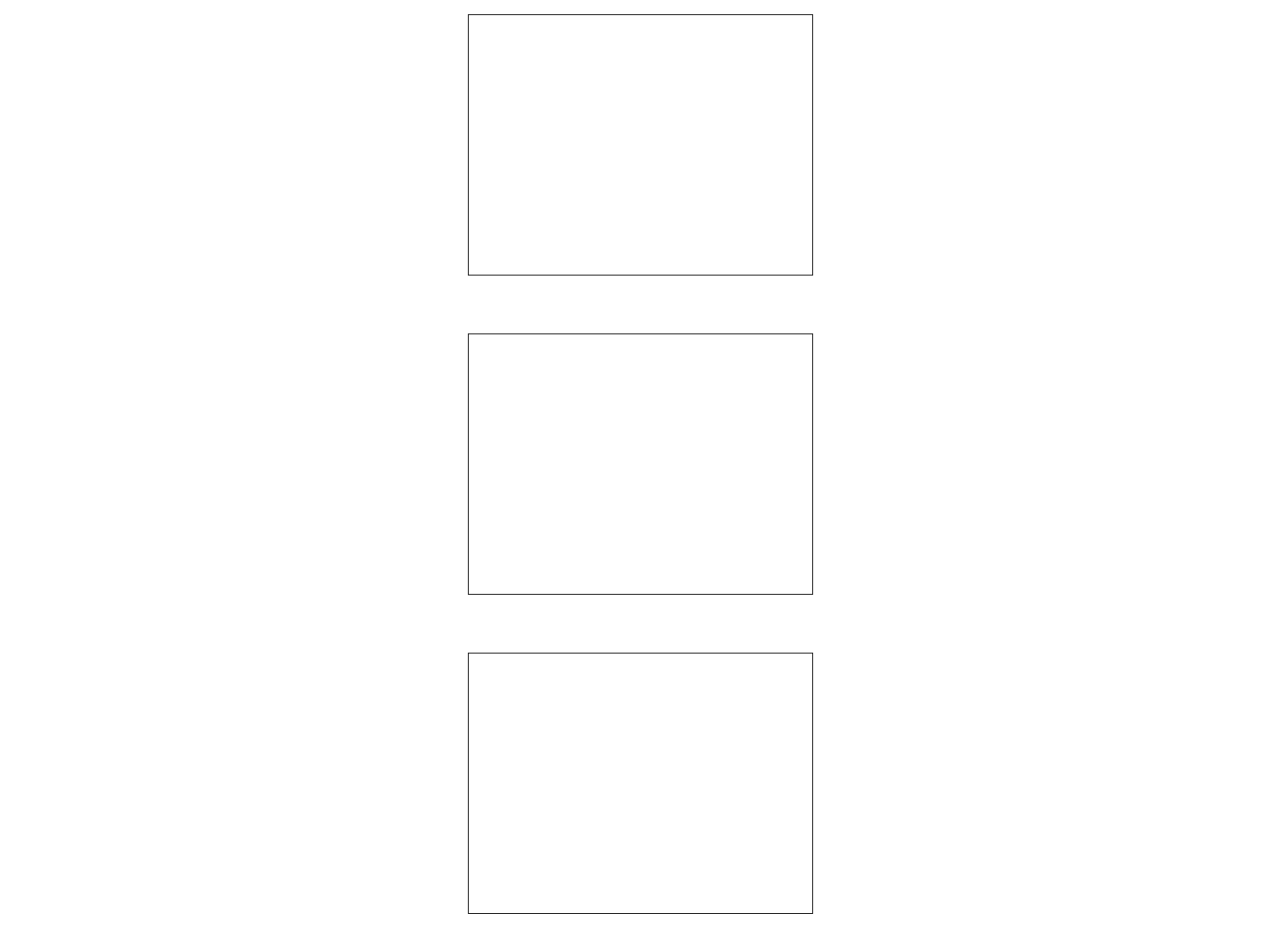
The draw.io diagram bos状态机-20201203.drawio in yindongjun/drawio-3, before the edit. Source tidied: cells renumbered, new cells numbered last; positions are measured from the earlier drawing's top-left corner, leaving out a move shared by most shapes. Both pictures are drawn from the tidied source at 84%, with x=0, y=0 at pixel (468, 14).
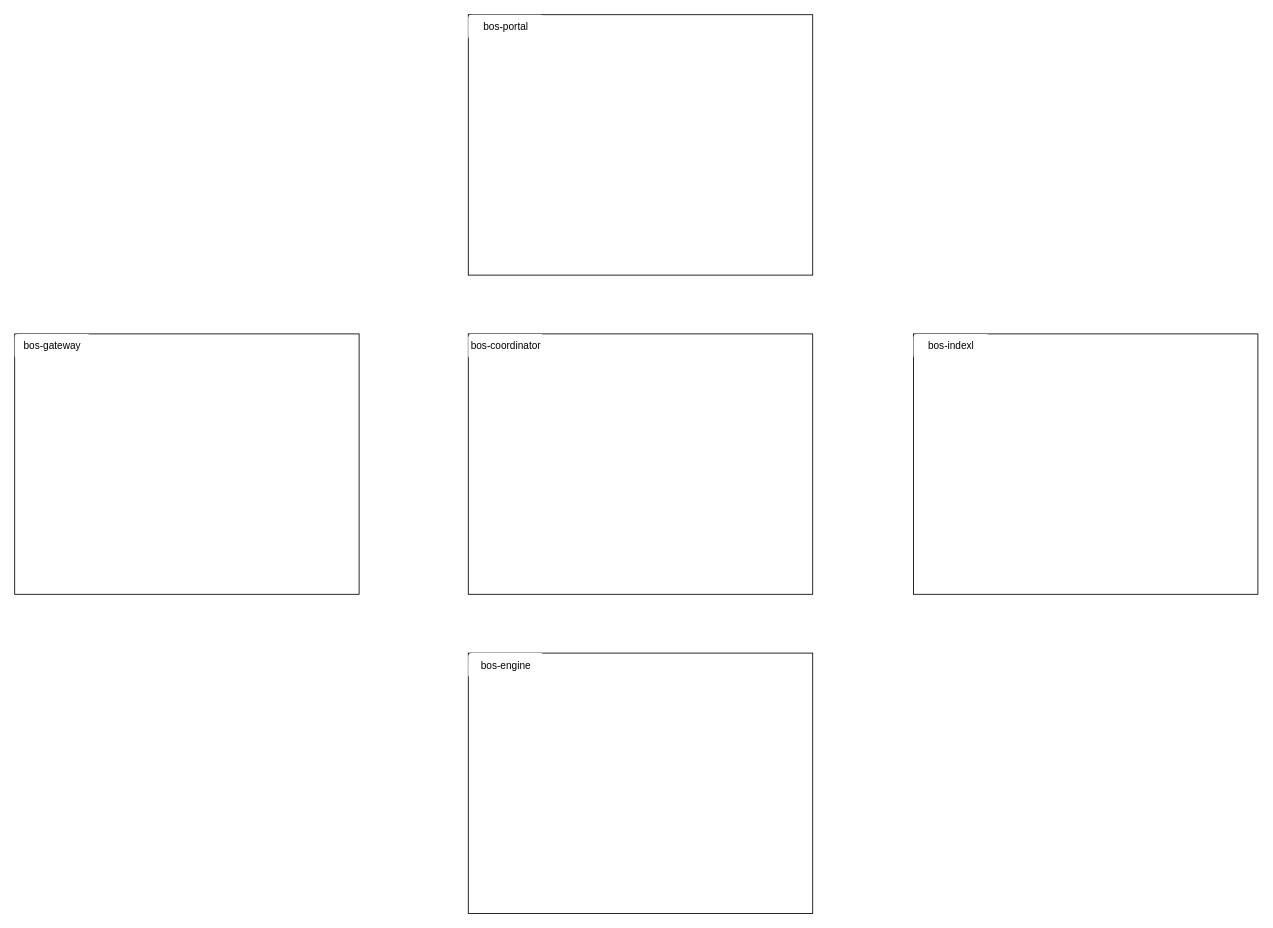
Above is the later version.

Change to the diagram source:
```diff
@@
 <mxGraphModel>
   <root>
     <mxCell id="0" />
     <mxCell id="1" parent="0" />
     <mxCell id="2" style="rounded=0;whiteSpace=wrap;html=1;" parent="1" vertex="1">
       <mxGeometry width="410" height="310" as="geometry" />
     </mxCell>
     <mxCell id="3" style="rounded=0;whiteSpace=wrap;html=1;" parent="1" vertex="1">
       <mxGeometry y="380" width="410" height="310" as="geometry" />
     </mxCell>
     <mxCell id="4" style="rounded=0;whiteSpace=wrap;html=1;" parent="1" vertex="1">
       <mxGeometry y="760" width="410" height="310" as="geometry" />
     </mxCell>
+    <mxCell id="5" style="rounded=0;whiteSpace=wrap;html=1;" parent="1" vertex="1">
+      <mxGeometry x="-540" y="380" width="410" height="310" as="geometry" />
+    </mxCell>
+    <mxCell id="6" style="rounded=0;whiteSpace=wrap;html=1;" parent="1" vertex="1">
+      <mxGeometry x="530" y="380" width="410" height="310" as="geometry" />
+    </mxCell>
+    <mxCell id="7" value="bos-portal" style="rounded=1;whiteSpace=wrap;html=1;strokeColor=none;" parent="1" vertex="1">
+      <mxGeometry width="90" height="30" as="geometry" />
+    </mxCell>
+    <mxCell id="8" value="bos-coordinator" style="rounded=1;whiteSpace=wrap;html=1;strokeColor=none;" parent="1" vertex="1">
+      <mxGeometry y="380" width="90" height="30" as="geometry" />
+    </mxCell>
+    <mxCell id="9" value="bos-engine" style="rounded=1;whiteSpace=wrap;html=1;strokeColor=none;" parent="1" vertex="1">
+      <mxGeometry y="760" width="90" height="30" as="geometry" />
+    </mxCell>
+    <mxCell id="10" value="bos-gateway" style="rounded=1;whiteSpace=wrap;html=1;strokeColor=none;" parent="1" vertex="1">
+      <mxGeometry x="-540" y="380" width="90" height="30" as="geometry" />
+    </mxCell>
+    <mxCell id="11" value="bos-indexl" style="rounded=1;whiteSpace=wrap;html=1;strokeColor=none;" parent="1" vertex="1">
+      <mxGeometry x="530" y="380" width="90" height="30" as="geometry" />
+    </mxCell>
   </root>
 </mxGraphModel>
```
